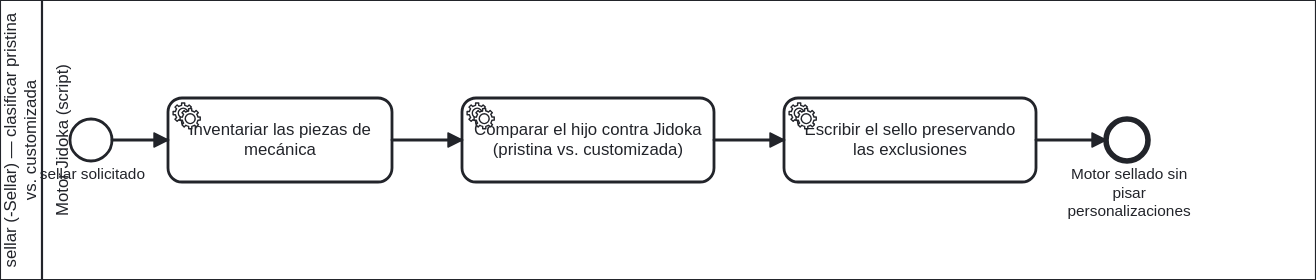
Above: docs/atlas/render/42-sellar-motor-as-is.svg in ArmandoMedina/jidoka (BPMN), before the change. Its source is kept beside it as docs/atlas/40-lazo-motor/42-sellar-motor-as-is.bpmn. Ids are renumbered.
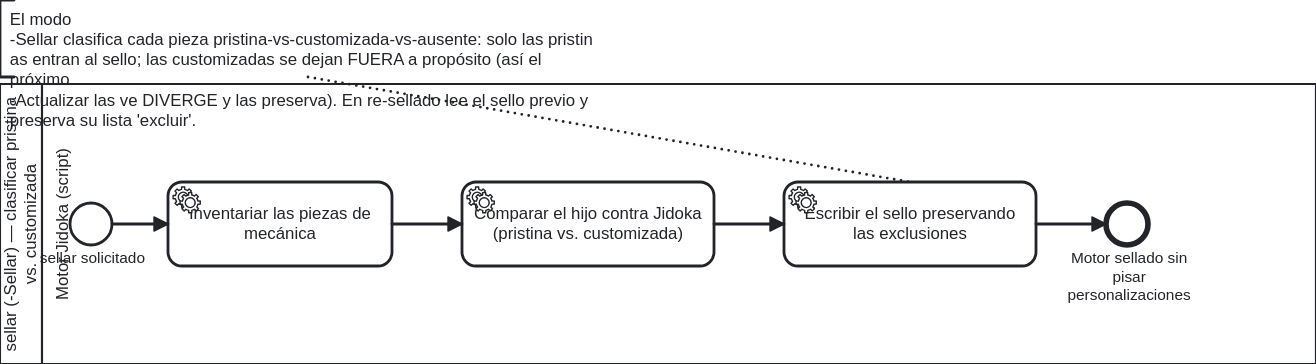
After the commit.

What changed in the source:
```diff
@@ -35,6 +35,10 @@
     <bpmn:sequenceFlow id="f2" sourceRef="T_Inventario" targetRef="T_Comparar"/>
     <bpmn:sequenceFlow id="f3" sourceRef="T_Comparar" targetRef="T_Escribir"/>
     <bpmn:sequenceFlow id="f4" sourceRef="T_Escribir" targetRef="End"/>
+    <bpmn:textAnnotation id="Ann_Clasif">
+      <bpmn:text>El modo -Sellar clasifica cada pieza pristina-vs-customizada-vs-ausente: solo las pristinas entran al sello; las customizadas se dejan FUERA a propósito (así el próximo -Actualizar las ve DIVERGE y las preserva). En re-sellado lee el sello previo y preserva su lista 'excluir'.</bpmn:text>
+    </bpmn:textAnnotation>
+    <bpmn:association id="Assoc_Clasif" sourceRef="Ann_Clasif" targetRef="T_Escribir"/>
   </bpmn:process>
   <bpmndi:BPMNDiagram id="Diagram_42_Sellar">
     <bpmndi:BPMNPlane id="Plane_42_Sellar" bpmnElement="Collab_Sellar">
@@ -77,6 +81,13 @@
         <di:waypoint x="900" y="180"/>
         <di:waypoint x="950" y="180"/>
       </bpmndi:BPMNEdge>
+      <bpmndi:BPMNShape id="Shape_Ann_Clasif" bpmnElement="Ann_Clasif">
+        <dc:Bounds x="160" y="20" width="440" height="55"/>
+      </bpmndi:BPMNShape>
+      <bpmndi:BPMNEdge id="Edge_Assoc_Clasif" bpmnElement="Assoc_Clasif">
+        <di:waypoint x="380" y="75"/>
+        <di:waypoint x="810" y="150"/>
+      </bpmndi:BPMNEdge>
     </bpmndi:BPMNPlane>
   </bpmndi:BPMNDiagram>
 </bpmn:definitions>
```
